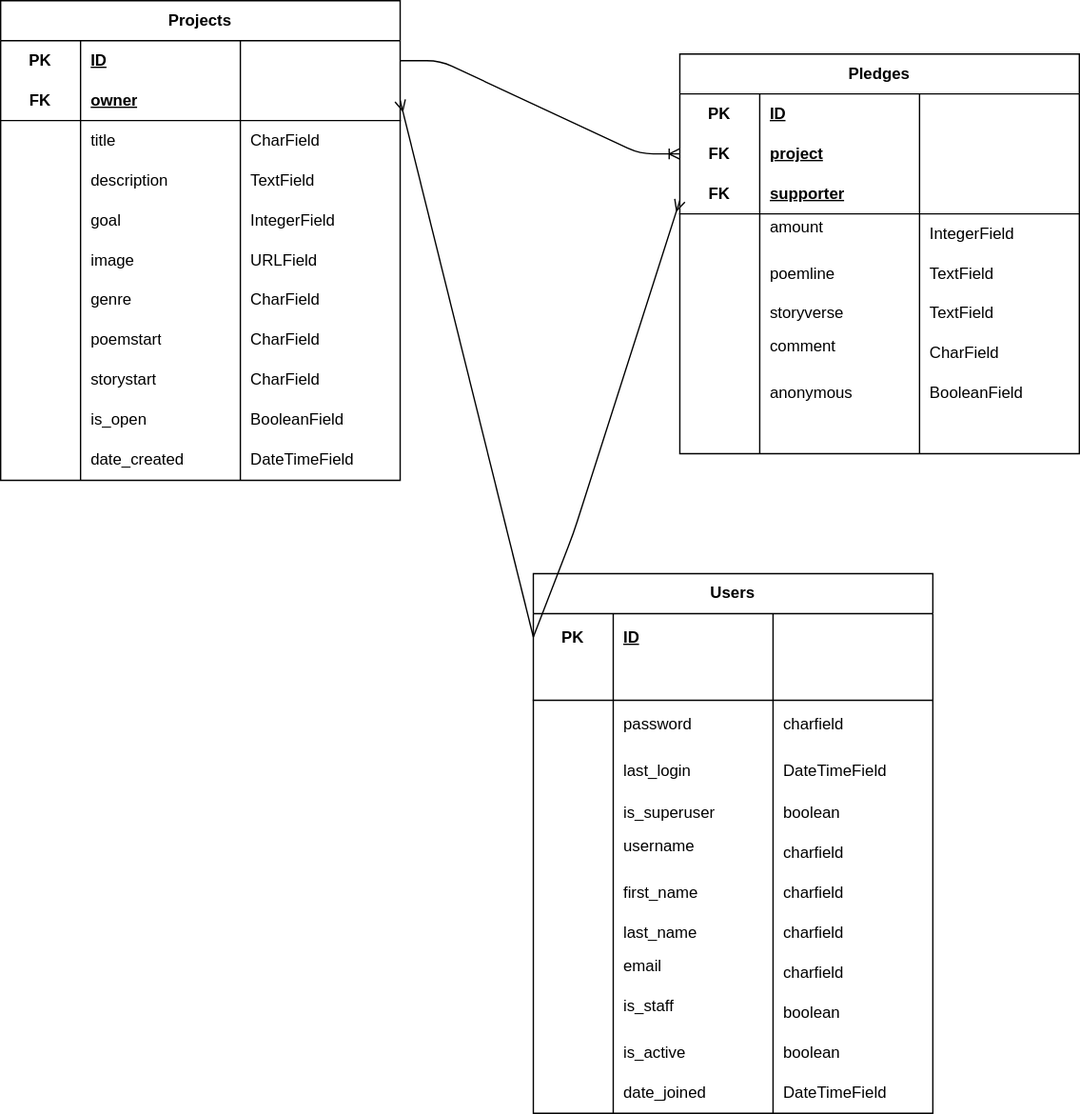
Earlier version of the draw.io export database.drawio.svg (TimTam5566/plottwist_back_end). Source tidied: cells renumbered, new cells last; positions are measured from the earlier drawing's top-left corner, leaving out a move shared by most shapes.
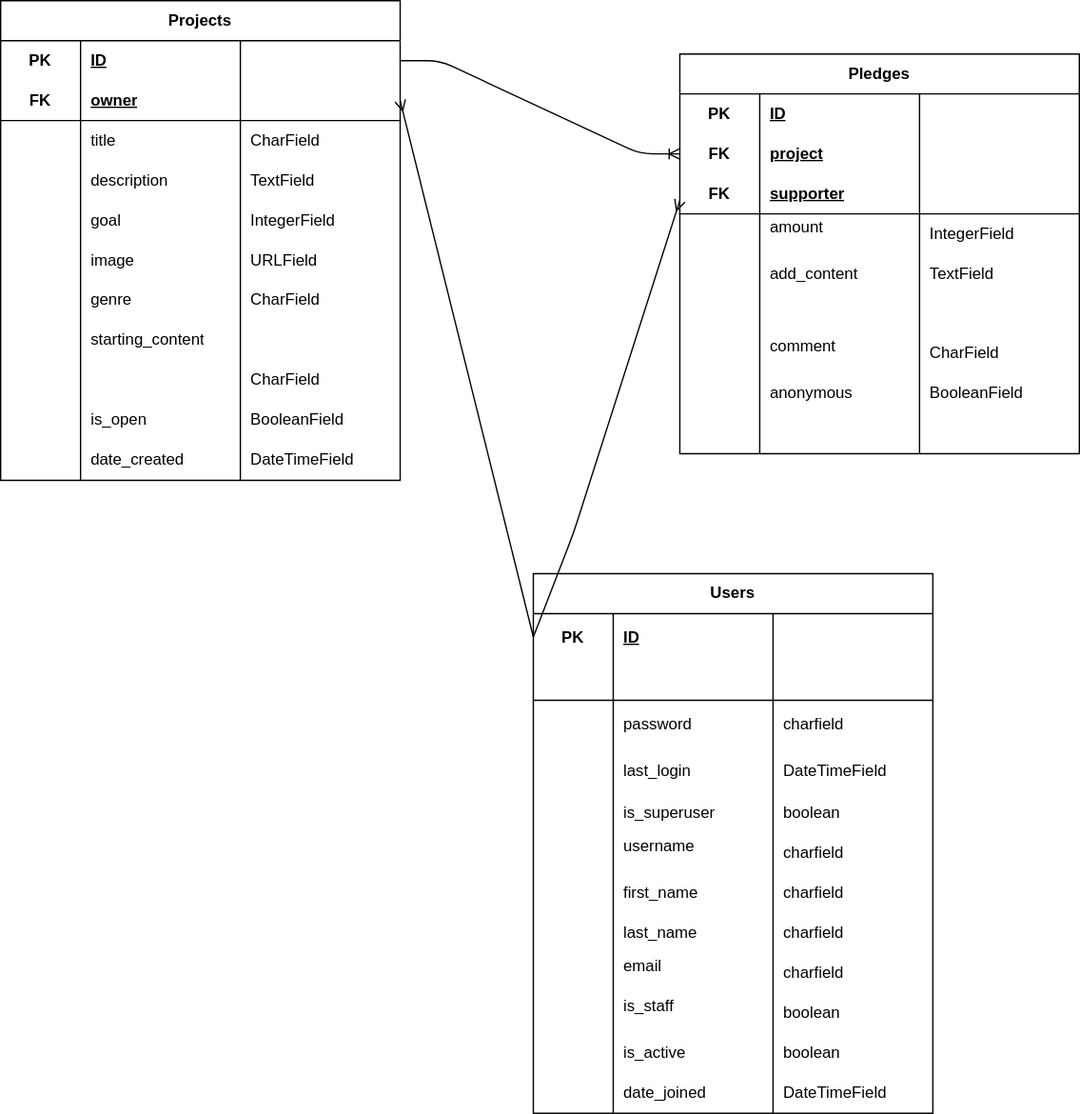
Later version of the same file.

What changed in the source:
```diff
@@ -242,10 +242,10 @@
     <mxCell id="81" style="shape=partialRectangle;fillColor=none;top=0;left=0;bottom=0;right=0;overflow=hidden;html=1;whiteSpace=wrap;" parent="80" vertex="1">
       <mxGeometry width="60" height="30" as="geometry" />
     </mxCell>
-    <mxCell id="82" value="poemstart" style="shape=partialRectangle;fillColor=none;top=0;left=0;bottom=0;right=0;align=left;spacingLeft=6;overflow=hidden;html=1;whiteSpace=wrap;" parent="80" vertex="1">
+    <mxCell id="82" value="starting_content" style="shape=partialRectangle;fillColor=none;top=0;left=0;bottom=0;right=0;align=left;spacingLeft=6;overflow=hidden;html=1;whiteSpace=wrap;" parent="80" vertex="1">
       <mxGeometry x="60" width="120" height="30" as="geometry" />
     </mxCell>
-    <mxCell id="83" value="CharField" style="shape=partialRectangle;fillColor=none;top=0;left=0;bottom=0;right=0;align=left;spacingLeft=6;overflow=hidden;html=1;whiteSpace=wrap;" parent="80" vertex="1">
+    <mxCell id="83" style="shape=partialRectangle;fillColor=none;top=0;left=0;bottom=0;right=0;align=left;spacingLeft=6;overflow=hidden;html=1;whiteSpace=wrap;" parent="80" vertex="1">
       <mxGeometry x="180" width="120" height="30" as="geometry" />
     </mxCell>
     <mxCell id="84" style="shape=tableRow;horizontal=0;startSize=0;swimlaneHead=0;swimlaneBody=0;fillColor=none;top=0;left=0;right=0;bottom=0;html=1;" parent="51" vertex="1">
@@ -254,7 +254,7 @@
     <mxCell id="85" style="shape=partialRectangle;fillColor=none;top=0;left=0;bottom=0;right=0;overflow=hidden;html=1;whiteSpace=wrap;" parent="84" vertex="1">
       <mxGeometry width="60" height="30" as="geometry" />
     </mxCell>
-    <mxCell id="86" value="storystart" style="shape=partialRectangle;fillColor=none;top=0;left=0;bottom=0;right=0;align=left;spacingLeft=6;overflow=hidden;html=1;whiteSpace=wrap;" parent="84" vertex="1">
+    <mxCell id="86" style="shape=partialRectangle;fillColor=none;top=0;left=0;bottom=0;right=0;align=left;spacingLeft=6;overflow=hidden;html=1;whiteSpace=wrap;" parent="84" vertex="1">
       <mxGeometry x="60" width="120" height="30" as="geometry" />
     </mxCell>
     <mxCell id="87" value="CharField" style="shape=partialRectangle;fillColor=none;top=0;left=0;bottom=0;right=0;align=left;spacingLeft=6;overflow=hidden;html=1;whiteSpace=wrap;" parent="84" vertex="1">
@@ -341,7 +341,7 @@
     <mxCell id="114" style="shape=partialRectangle;fillColor=none;top=0;left=0;bottom=0;right=0;overflow=hidden;html=1;whiteSpace=wrap;" parent="113" vertex="1">
       <mxGeometry width="60" height="30" as="geometry" />
     </mxCell>
-    <mxCell id="115" value="poemline" style="shape=partialRectangle;fillColor=none;top=0;left=0;bottom=0;right=0;align=left;spacingLeft=6;overflow=hidden;html=1;whiteSpace=wrap;" parent="113" vertex="1">
+    <mxCell id="115" value="add_content" style="shape=partialRectangle;fillColor=none;top=0;left=0;bottom=0;right=0;align=left;spacingLeft=6;overflow=hidden;html=1;whiteSpace=wrap;" parent="113" vertex="1">
       <mxGeometry x="60" width="120" height="30" as="geometry" />
     </mxCell>
     <mxCell id="116" value="TextField" style="shape=partialRectangle;fillColor=none;top=0;left=0;bottom=0;right=0;align=left;spacingLeft=6;overflow=hidden;html=1;whiteSpace=wrap;" parent="113" vertex="1">
@@ -353,10 +353,10 @@
     <mxCell id="118" style="shape=partialRectangle;fillColor=none;top=0;left=0;bottom=0;right=0;overflow=hidden;html=1;whiteSpace=wrap;" parent="117" vertex="1">
       <mxGeometry width="60" height="30" as="geometry" />
     </mxCell>
-    <mxCell id="119" value="storyverse" style="shape=partialRectangle;fillColor=none;top=0;left=0;bottom=0;right=0;align=left;spacingLeft=6;overflow=hidden;html=1;whiteSpace=wrap;" parent="117" vertex="1">
+    <mxCell id="119" style="shape=partialRectangle;fillColor=none;top=0;left=0;bottom=0;right=0;align=left;spacingLeft=6;overflow=hidden;html=1;whiteSpace=wrap;" parent="117" vertex="1">
       <mxGeometry x="60" width="120" height="30" as="geometry" />
     </mxCell>
-    <mxCell id="120" value="TextField" style="shape=partialRectangle;fillColor=none;top=0;left=0;bottom=0;right=0;align=left;spacingLeft=6;overflow=hidden;html=1;whiteSpace=wrap;" parent="117" vertex="1">
+    <mxCell id="120" style="shape=partialRectangle;fillColor=none;top=0;left=0;bottom=0;right=0;align=left;spacingLeft=6;overflow=hidden;html=1;whiteSpace=wrap;" parent="117" vertex="1">
       <mxGeometry x="180" width="120" height="30" as="geometry" />
     </mxCell>
     <mxCell id="121" style="shape=tableRow;horizontal=0;startSize=0;swimlaneHead=0;swimlaneBody=0;fillColor=none;top=0;left=0;right=0;bottom=0;html=1;" parent="96" vertex="1">
```
